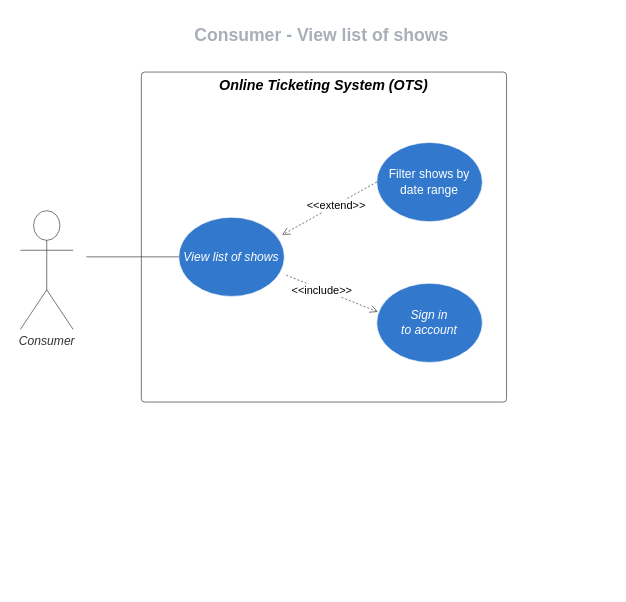
natalia-fpintos/draw.io keeps this draw.io diagram as page "Consumer - View list of shows" (2 of 3) of Use Case Diagrams - Consumer.drawio. Above is the earlier version. Source tidied: cells renumbered, new cells numbered last; positions are measured from the earlier drawing's top-left corner, leaving out a move shared by most shapes. Both pictures are drawn from the tidied source at 110%, with x=0, y=0 at pixel (20, 19).
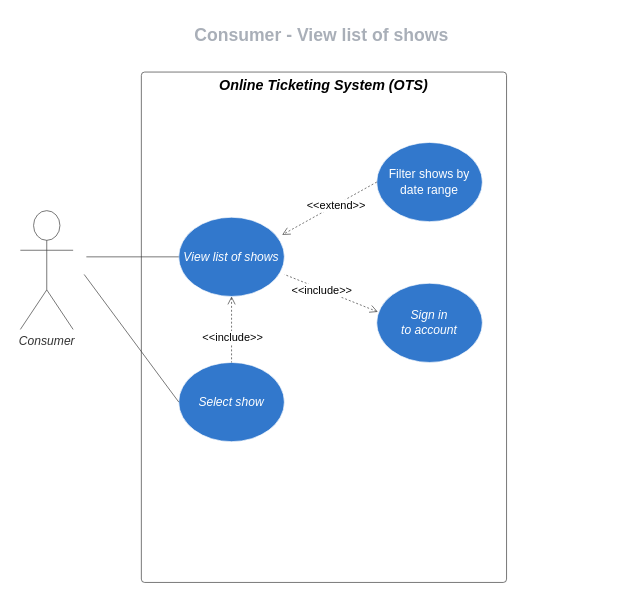
The same page after the edit.

Diff of the diagram source:
```diff
@@
 <mxGraphModel>
   <root>
     <mxCell id="0" />
     <mxCell id="1" parent="0" />
     <mxCell id="2" value="Online Ticketing System (OTS)" style="html=1;whiteSpace=wrap;fontSize=13;fontColor=#000000;fontStyle=3;spacing=0;verticalAlign=top;strokeColor=#333333;strokeOpacity=100;fillOpacity=0;rounded=1;absoluteArcSize=1;arcSize=6;fillColor=#000000;strokeWidth=0.6;" parent="1" vertex="1">
-      <mxGeometry x="110" y="48" width="332" height="300" as="geometry" />
+      <mxGeometry x="110" y="48" width="332" height="464" as="geometry" />
     </mxCell>
+    <mxCell id="14" value="Select show" style="html=1;whiteSpace=wrap;shape=ellipse;fontSize=11;fontColor=#ffffff;fontStyle=2;align=center;spacing=0;verticalAlign=middle;strokeColor=#ffffff;strokeOpacity=100;fillOpacity=100;rounded=1;absoluteArcSize=1;arcSize=6;fillColor=#3278cc;strokeWidth=0.6;" parent="2" vertex="1">
+      <mxGeometry x="34" y="264" width="96" height="72" as="geometry" />
+    </mxCell>
     <mxCell id="3" value="Consumer" style="html=1;whiteSpace=wrap;shape=umlActor;labelPosition=center;verticalLabelPosition=bottom;verticalAlign=top;whiteSpace=nowrap;fontSize=11;fontColor=#333333;fontStyle=2;spacing=0;strokeColor=#333333;strokeOpacity=100;rounded=1;absoluteArcSize=1;arcSize=6;fillColor=#ffffff;strokeWidth=0.6;" parent="1" vertex="1">
       <mxGeometry y="174" width="48" height="108" as="geometry" />
     </mxCell>
     <mxCell id="4" value="View list of shows" style="html=1;whiteSpace=wrap;shape=ellipse;fontSize=11;fontColor=#ffffff;fontStyle=2;align=center;spacing=0;verticalAlign=middle;strokeColor=#ffffff;strokeOpacity=100;fillOpacity=100;rounded=1;absoluteArcSize=1;arcSize=6;fillColor=#3278cc;strokeWidth=0.6;" parent="1" vertex="1">
       <mxGeometry x="144" y="180" width="96" height="72" as="geometry" />
     </mxCell>
     <mxCell id="5" value="Filter shows by&lt;br&gt;date range" style="html=1;whiteSpace=wrap;shape=ellipse;fontSize=11;fontColor=#ffffff;align=center;spacing=0;verticalAlign=middle;strokeColor=#ffffff;strokeOpacity=100;fillOpacity=100;rounded=1;absoluteArcSize=1;arcSize=6;fillColor=#3278cc;strokeWidth=0.6;" parent="1" vertex="1">
       <mxGeometry x="324" y="112" width="96" height="72" as="geometry" />
     </mxCell>
     <mxCell id="6" style="html=1;jettySize=18;fontSize=11;strokeColor=#333333;strokeOpacity=100;strokeWidth=0.6;rounded=1;arcSize=10;startArrow=none;endArrow=none;entryX=-0.0031250268122986922;entryY=0.5;entryPerimeter=1;" parent="1" edge="1" target="4">
       <mxGeometry relative="1" as="geometry">
         <mxPoint x="60" y="216" as="sourcePoint" />
       </mxGeometry>
     </mxCell>
     <mxCell id="7" value="Consumer - View list of shows" style="html=1;whiteSpace=wrap;fontSize=16;fontColor=#a9afb8;fontStyle=1;align=center;spacingLeft=5.628;spacingRight=9.38;spacingTop=2.68;spacing=4;strokeOpacity=0;fillOpacity=0;rounded=1;absoluteArcSize=1;arcSize=9.6;fillColor=#ffffff;strokeWidth=1.2;" parent="1" vertex="1">
       <mxGeometry x="20" width="512" height="25" as="geometry" />
     </mxCell>
     <mxCell id="8" style="html=1;whiteSpace=wrap;fontSize=11;align=center;spacingLeft=5.628;spacingRight=9.38;spacingTop=2.68;spacing=4;strokeOpacity=0;fillOpacity=0;rounded=1;absoluteArcSize=1;arcSize=9.6;fillColor=#ffffff;strokeWidth=1.2;" parent="1" vertex="1">
       <mxGeometry x="20" y="25" width="512" height="11" as="geometry" />
     </mxCell>
     <mxCell id="9" value="Sign in &lt;br&gt;to account" style="html=1;whiteSpace=wrap;shape=ellipse;fontSize=11;fontColor=#ffffff;fontStyle=2;align=center;spacing=0;strokeColor=#ffffff;strokeOpacity=100;fillOpacity=100;rounded=1;absoluteArcSize=1;arcSize=9.6;fillColor=#3278cc;strokeWidth=0.6;" parent="1" vertex="1">
       <mxGeometry x="324" y="240" width="96" height="72" as="geometry" />
     </mxCell>
     <mxCell id="10" style="html=1;jettySize=18;fontSize=11;strokeColor=#333333;strokeOpacity=100;dashed=1;strokeWidth=0.6;rounded=1;arcSize=10;startArrow=none;endArrow=open;exitX=-0.0031250268122986922;exitY=0.5;exitPerimeter=1;" parent="1" edge="1" source="5">
       <mxGeometry relative="1" as="geometry">
         <mxPoint x="238" y="196" as="targetPoint" />
       </mxGeometry>
     </mxCell>
     <mxCell id="11" value="&amp;lt;&amp;lt;extend&amp;gt;&amp;gt;" style="text;html=1;labelBackgroundColor=#ffffff;align=center;verticalAlign=middle;fontSize=10;" parent="10" vertex="1">
       <mxGeometry x="-0.12" relative="1" as="geometry" />
     </mxCell>
     <mxCell id="12" style="html=1;jettySize=18;fontSize=11;strokeColor=#333333;strokeOpacity=100;dashed=1;strokeWidth=0.6;rounded=1;arcSize=10;startArrow=open;endArrow=none;entryX=0.9598951648599808;entryY=0.7043978510488803;entryPerimeter=1;exitX=0.01;exitY=0.361;exitDx=0;exitDy=0;exitPerimeter=0;" parent="1" edge="1" source="9" target="4">
       <mxGeometry relative="1" as="geometry" />
     </mxCell>
     <mxCell id="13" value="&amp;lt;&amp;lt;include&amp;gt;&amp;gt;" style="text;html=1;labelBackgroundColor=#ffffff;align=center;verticalAlign=middle;fontSize=10;" parent="12" vertex="1">
       <mxGeometry x="0.2" relative="1" as="geometry" />
     </mxCell>
+    <mxCell id="15" style="html=1;jettySize=18;fontSize=11;strokeColor=#333333;strokeOpacity=100;strokeWidth=0.6;rounded=1;arcSize=10;startArrow=none;endArrow=none;entryX=0;entryY=0.5;entryDx=0;entryDy=0;" parent="1" edge="1" target="14">
+      <mxGeometry relative="1" as="geometry">
+        <mxPoint x="58" y="232" as="sourcePoint" />
+      </mxGeometry>
+    </mxCell>
+    <mxCell id="16" style="html=1;jettySize=18;fontSize=11;strokeColor=#333333;strokeOpacity=100;dashed=1;strokeWidth=0.6;rounded=1;arcSize=10;startArrow=open;endArrow=none;entryX=0.5;entryY=0;exitX=0.5;exitY=1;exitDx=0;exitDy=0;entryDx=0;entryDy=0;" parent="1" edge="1" source="4" target="14">
+      <mxGeometry relative="1" as="geometry" />
+    </mxCell>
+    <mxCell id="17" value="&amp;lt;&amp;lt;include&amp;gt;&amp;gt;" style="text;html=1;labelBackgroundColor=#ffffff;align=center;verticalAlign=middle;fontSize=10;" parent="16" vertex="1">
+      <mxGeometry x="0.2" relative="1" as="geometry" />
+    </mxCell>
   </root>
 </mxGraphModel>
```
